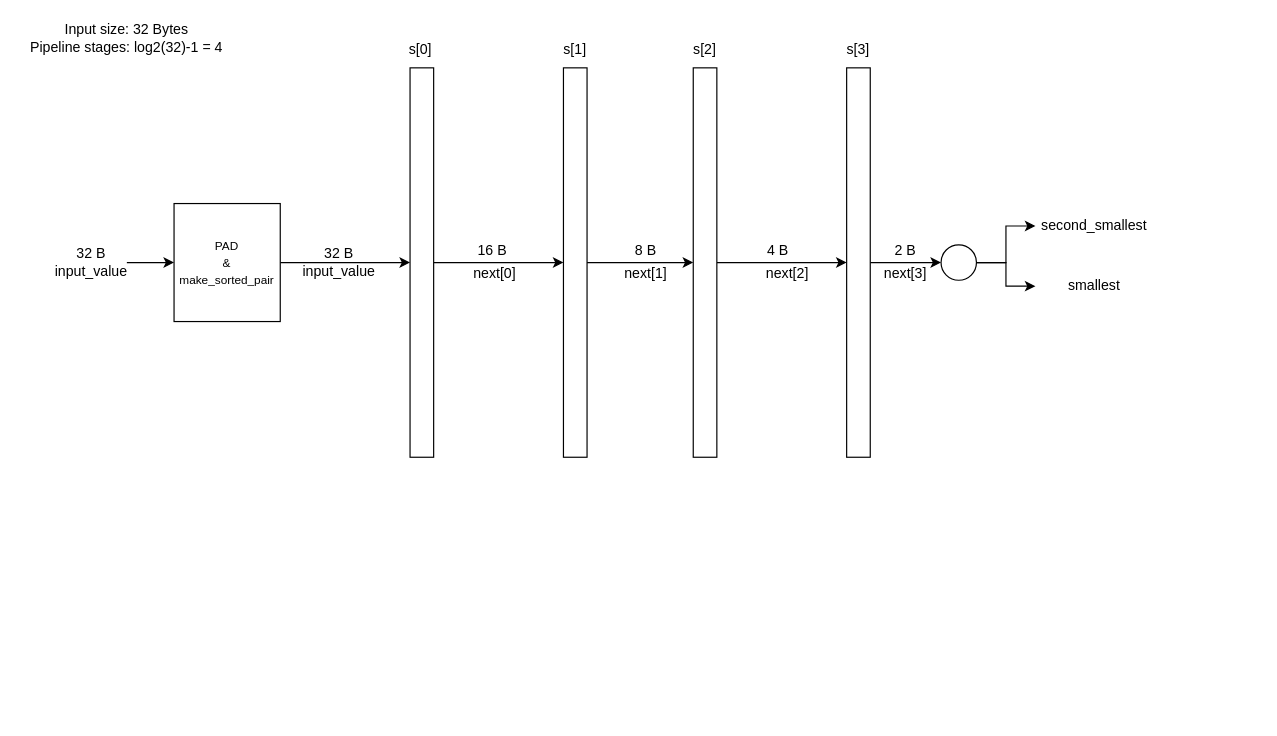
sahilhassanzee/draw.io_diagrams keeps this draw.io diagram as second_smallest_pipelined.drawio. Above is the earlier version. Source tidied: cells renumbered, new cells numbered last; positions are measured from the earlier drawing's top-left corner, leaving out a move shared by most shapes. Both pictures are drawn from the tidied source at 118%, with x=0, y=0 at pixel (20, 20).
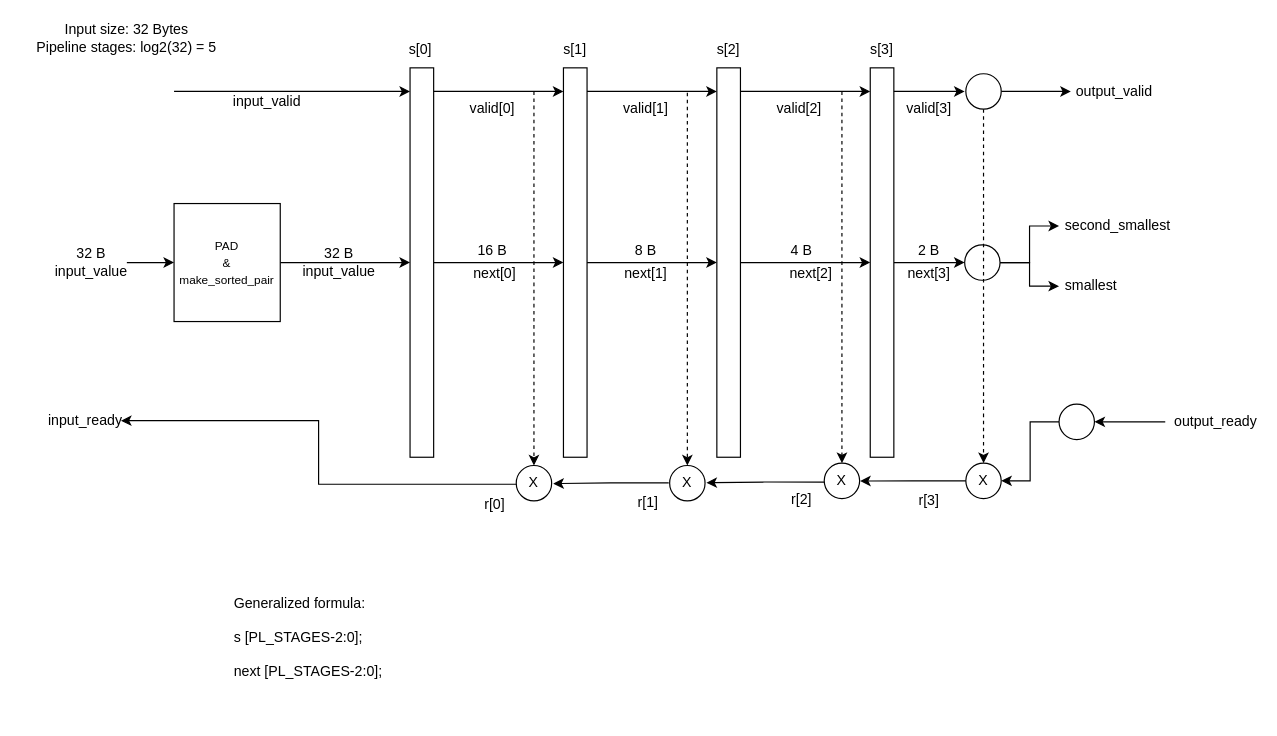
Above is the later version.

Diff of the diagram source:
```diff
@@
     <mxCell id="7" style="rounded=0;whiteSpace=wrap;html=1;" parent="1" vertex="1">
-      <mxGeometry x="570" y="40" width="20" height="330" as="geometry" />
+      <mxGeometry x="590" y="40" width="20" height="330" as="geometry" />
     </mxCell>
     <mxCell id="8" style="edgeStyle=orthogonalEdgeStyle;rounded=0;jettySize=auto;html=1;" parent="1" edge="1" source="9">
       <mxGeometry relative="1" as="geometry">
-        <mxPoint x="780" y="205" as="targetPoint" />
+        <mxPoint x="800" y="205" as="targetPoint" />
       </mxGeometry>
     </mxCell>
     <mxCell id="9" style="rounded=0;whiteSpace=wrap;html=1;" parent="1" vertex="1">
-      <mxGeometry x="700" y="40" width="20" height="330" as="geometry" />
+      <mxGeometry x="720" y="40" width="20" height="330" as="geometry" />
     </mxCell>
@@
     <mxCell id="17" value="s[2]" style="text;html=1;whiteSpace=wrap;strokeColor=none;fillColor=none;align=center;verticalAlign=middle;rounded=0;" parent="1" vertex="1">
-      <mxGeometry x="550" y="10" width="60" height="30" as="geometry" />
+      <mxGeometry x="570" y="10" width="60" height="30" as="geometry" />
     </mxCell>
     <mxCell id="18" value="s[3]" style="text;html=1;whiteSpace=wrap;strokeColor=none;fillColor=none;align=center;verticalAlign=middle;rounded=0;" parent="1" vertex="1">
-      <mxGeometry x="680" y="10" width="60" height="30" as="geometry" />
+      <mxGeometry x="700" y="10" width="60" height="30" as="geometry" />
     </mxCell>
@@
     <mxCell id="21" value="next[2]" style="text;html=1;whiteSpace=wrap;strokeColor=none;fillColor=none;align=center;verticalAlign=middle;rounded=0;" parent="1" vertex="1">
-      <mxGeometry x="620" y="200" width="60" height="30" as="geometry" />
+      <mxGeometry x="640" y="200" width="60" height="30" as="geometry" />
     </mxCell>
     <mxCell id="22" value="next[3]" style="text;html=1;whiteSpace=wrap;strokeColor=none;fillColor=none;align=center;verticalAlign=middle;rounded=0;" parent="1" vertex="1">
-      <mxGeometry x="720" y="200" width="60" height="30" as="geometry" />
+      <mxGeometry x="740" y="200" width="60" height="30" as="geometry" />
     </mxCell>
@@
     <mxCell id="25" value="4 B" style="text;html=1;whiteSpace=wrap;strokeColor=none;fillColor=none;align=center;verticalAlign=middle;rounded=0;" parent="1" vertex="1">
-      <mxGeometry x="612" y="180" width="60" height="30" as="geometry" />
+      <mxGeometry x="632" y="180" width="60" height="30" as="geometry" />
     </mxCell>
     <mxCell id="26" value="2 B" style="text;html=1;whiteSpace=wrap;strokeColor=none;fillColor=none;align=center;verticalAlign=middle;rounded=0;" parent="1" vertex="1">
-      <mxGeometry x="720" y="180" width="60" height="30" as="geometry" />
+      <mxGeometry x="740" y="180" width="60" height="30" as="geometry" />
     </mxCell>
-    <mxCell id="27" value="&lt;div&gt;Input size: 32 Bytes&lt;/div&gt;&lt;div&gt;Pipeline stages: log2(32)-1 = 4&lt;/div&gt;" style="text;html=1;whiteSpace=wrap;strokeColor=none;fillColor=none;align=center;verticalAlign=middle;rounded=0;" parent="1" vertex="1">
+    <mxCell id="27" value="&lt;div&gt;Input size: 32 Bytes&lt;/div&gt;&lt;div&gt;Pipeline stages: log2(32) = 5&lt;/div&gt;" style="text;html=1;whiteSpace=wrap;strokeColor=none;fillColor=none;align=center;verticalAlign=middle;rounded=0;" parent="1" vertex="1">
       <mxGeometry width="180" height="30" as="geometry" />
     </mxCell>
@@
     <mxCell id="30" style="ellipse;whiteSpace=wrap;html=1;" parent="1" vertex="1">
-      <mxGeometry x="780" y="190" width="30" height="30" as="geometry" />
+      <mxGeometry x="800" y="190" width="30" height="30" as="geometry" />
     </mxCell>
     <mxCell id="31" value="second_smallest" style="text;html=1;whiteSpace=wrap;strokeColor=none;fillColor=none;align=center;verticalAlign=middle;rounded=0;" parent="1" vertex="1">
-      <mxGeometry x="860" y="159" width="100" height="30" as="geometry" />
+      <mxGeometry x="880" y="159" width="100" height="30" as="geometry" />
     </mxCell>
-    <mxCell id="32" value="smallest" style="text;html=1;whiteSpace=wrap;strokeColor=none;fillColor=none;align=center;verticalAlign=middle;rounded=0;" parent="1" vertex="1">
-      <mxGeometry x="860" y="210" width="100" height="30" as="geometry" />
+    <mxCell id="32" value="&amp;nbsp;smallest" style="text;html=1;whiteSpace=wrap;strokeColor=none;fillColor=none;align=left;verticalAlign=middle;rounded=0;" parent="1" vertex="1">
+      <mxGeometry x="880" y="210" width="100" height="30" as="geometry" />
     </mxCell>
+    <mxCell id="33" style="edgeStyle=orthogonalEdgeStyle;rounded=0;orthogonalLoop=1;jettySize=auto;html=1;entryX=0;entryY=0.5;entryDx=0;entryDy=0;" parent="1" edge="1">
+      <mxGeometry relative="1" as="geometry">
+        <mxPoint x="130" y="60" as="sourcePoint" />
+        <mxPoint x="330" y="60" as="targetPoint" />
+      </mxGeometry>
+    </mxCell>
+    <mxCell id="34" value="input_valid" style="text;html=1;whiteSpace=wrap;strokeColor=none;fillColor=none;align=center;verticalAlign=middle;rounded=0;" parent="1" vertex="1">
+      <mxGeometry x="179" y="54" width="60" height="30" as="geometry" />
+    </mxCell>
+    <mxCell id="35" value="valid[0]" style="text;html=1;whiteSpace=wrap;strokeColor=none;fillColor=none;align=center;verticalAlign=middle;rounded=0;" parent="1" vertex="1">
+      <mxGeometry x="370" y="60" width="60" height="30" as="geometry" />
+    </mxCell>
+    <mxCell id="36" style="edgeStyle=orthogonalEdgeStyle;rounded=0;orthogonalLoop=1;jettySize=auto;html=1;entryX=0;entryY=0.5;entryDx=0;entryDy=0;" parent="1" edge="1">
+      <mxGeometry relative="1" as="geometry">
+        <mxPoint x="350" y="60" as="sourcePoint" />
+        <mxPoint x="460" y="60" as="targetPoint" />
+      </mxGeometry>
+    </mxCell>
+    <mxCell id="37" value="valid[1]" style="text;html=1;whiteSpace=wrap;strokeColor=none;fillColor=none;align=center;verticalAlign=middle;rounded=0;" parent="1" vertex="1">
+      <mxGeometry x="500" y="60" width="60" height="30" as="geometry" />
+    </mxCell>
+    <mxCell id="38" style="edgeStyle=orthogonalEdgeStyle;rounded=0;orthogonalLoop=1;jettySize=auto;html=1;entryX=0;entryY=0.5;entryDx=0;entryDy=0;" parent="1" edge="1">
+      <mxGeometry relative="1" as="geometry">
+        <mxPoint x="480" y="60" as="sourcePoint" />
+        <mxPoint x="590" y="60" as="targetPoint" />
+      </mxGeometry>
+    </mxCell>
+    <mxCell id="39" value="valid[2]" style="text;html=1;whiteSpace=wrap;strokeColor=none;fillColor=none;align=center;verticalAlign=middle;rounded=0;" parent="1" vertex="1">
+      <mxGeometry x="630" y="60" width="60" height="30" as="geometry" />
+    </mxCell>
+    <mxCell id="40" style="edgeStyle=orthogonalEdgeStyle;rounded=0;orthogonalLoop=1;jettySize=auto;html=1;entryX=0;entryY=0.5;entryDx=0;entryDy=0;" parent="1" edge="1">
+      <mxGeometry relative="1" as="geometry">
+        <mxPoint x="610" y="60" as="sourcePoint" />
+        <mxPoint x="720" y="60" as="targetPoint" />
+      </mxGeometry>
+    </mxCell>
+    <mxCell id="41" value="valid[3]" style="text;html=1;whiteSpace=wrap;strokeColor=none;fillColor=none;align=center;verticalAlign=middle;rounded=0;" parent="1" vertex="1">
+      <mxGeometry x="740" y="60" width="60" height="30" as="geometry" />
+    </mxCell>
+    <mxCell id="42" style="edgeStyle=orthogonalEdgeStyle;rounded=0;orthogonalLoop=1;jettySize=auto;html=1;" parent="1" edge="1">
+      <mxGeometry relative="1" as="geometry">
+        <mxPoint x="740" y="60" as="sourcePoint" />
+        <mxPoint x="800" y="60" as="targetPoint" />
+      </mxGeometry>
+    </mxCell>
+    <mxCell id="43" style="edgeStyle=orthogonalEdgeStyle;rounded=0;jettySize=auto;html=1;exitX=1;exitY=0.5;exitDx=0;exitDy=0;" parent="1" edge="1" source="45">
+      <mxGeometry relative="1" as="geometry">
+        <mxPoint x="890" y="60" as="targetPoint" />
+      </mxGeometry>
+    </mxCell>
+    <mxCell id="44" style="edgeStyle=orthogonalEdgeStyle;rounded=0;jettySize=auto;html=1;entryX=0.5;entryY=0;entryDx=0;entryDy=0;dashed=1;" parent="1" edge="1" source="45" target="52">
+      <mxGeometry relative="1" as="geometry" />
+    </mxCell>
+    <mxCell id="45" style="ellipse;whiteSpace=wrap;html=1;" parent="1" vertex="1">
+      <mxGeometry x="801" y="45" width="30" height="30" as="geometry" />
+    </mxCell>
+    <mxCell id="46" value="output_valid" style="text;html=1;whiteSpace=wrap;strokeColor=none;fillColor=none;align=center;verticalAlign=middle;rounded=0;" parent="1" vertex="1">
+      <mxGeometry x="897" y="45" width="60" height="30" as="geometry" />
+    </mxCell>
+    <mxCell id="47" style="edgeStyle=none;orthogonalLoop=1;jettySize=auto;html=1;rounded=0;" parent="1" edge="1">
+      <mxGeometry relative="1" as="geometry">
+        <mxPoint x="970" y="340" as="sourcePoint" />
+        <mxPoint x="910" y="340" as="targetPoint" />
+      </mxGeometry>
+    </mxCell>
+    <mxCell id="48" value="output_ready" style="text;html=1;whiteSpace=wrap;strokeColor=none;fillColor=none;align=center;verticalAlign=middle;rounded=0;" parent="1" vertex="1">
+      <mxGeometry x="983" y="325" width="60" height="30" as="geometry" />
+    </mxCell>
+    <mxCell id="49" value="&lt;div&gt;Generalized formula:&lt;/div&gt;&lt;div&gt;&lt;br&gt;&lt;/div&gt;&lt;div&gt;s [PL_STAGES-2:0];&lt;/div&gt;&lt;div&gt;&lt;br&gt;&lt;/div&gt;&lt;div&gt;next [PL_STAGES-2:0];&lt;/div&gt;&lt;div&gt;&lt;br&gt;&lt;/div&gt;&lt;div&gt;&lt;br&gt;&lt;/div&gt;" style="text;html=1;whiteSpace=wrap;strokeColor=none;fillColor=none;align=left;verticalAlign=top;rounded=0;" parent="1" vertex="1">
+      <mxGeometry x="179" y="480" width="451" height="110" as="geometry" />
+    </mxCell>
+    <mxCell id="50" style="edgeStyle=orthogonalEdgeStyle;rounded=0;jettySize=auto;html=1;entryX=1;entryY=0.5;entryDx=0;entryDy=0;" parent="1" edge="1" source="51" target="52">
+      <mxGeometry relative="1" as="geometry" />
+    </mxCell>
+    <mxCell id="51" style="ellipse;whiteSpace=wrap;html=1;" parent="1" vertex="1">
+      <mxGeometry x="880" y="325" width="30" height="30" as="geometry" />
+    </mxCell>
+    <mxCell id="52" value="X" style="ellipse;whiteSpace=wrap;html=1;" parent="1" vertex="1">
+      <mxGeometry x="801" y="375" width="30" height="30" as="geometry" />
+    </mxCell>
+    <mxCell id="53" style="edgeStyle=orthogonalEdgeStyle;rounded=0;jettySize=auto;html=1;entryX=1.014;entryY=0.506;entryDx=0;entryDy=0;entryPerimeter=0;" parent="1" edge="1" source="52" target="63">
+      <mxGeometry relative="1" as="geometry" />
+    </mxCell>
+    <mxCell id="54" value="r[3]" style="text;html=1;whiteSpace=wrap;strokeColor=none;fillColor=none;align=center;verticalAlign=middle;rounded=0;" parent="1" vertex="1">
+      <mxGeometry x="740" y="392" width="60" height="30" as="geometry" />
+    </mxCell>
+    <mxCell id="55" value="r[2]" style="text;html=1;whiteSpace=wrap;strokeColor=none;fillColor=none;align=center;verticalAlign=middle;rounded=0;" parent="1" vertex="1">
+      <mxGeometry x="632" y="391" width="60" height="30" as="geometry" />
+    </mxCell>
+    <mxCell id="56" style="edgeStyle=orthogonalEdgeStyle;rounded=0;jettySize=auto;html=1;entryX=1.038;entryY=0.487;entryDx=0;entryDy=0;entryPerimeter=0;exitX=-0.004;exitY=0.534;exitDx=0;exitDy=0;exitPerimeter=0;" parent="1" edge="1" source="63" target="65">
+      <mxGeometry relative="1" as="geometry" />
+    </mxCell>
+    <mxCell id="57" style="edgeStyle=orthogonalEdgeStyle;rounded=0;jettySize=auto;html=1;entryX=1.046;entryY=0.512;entryDx=0;entryDy=0;entryPerimeter=0;exitX=-0.026;exitY=0.49;exitDx=0;exitDy=0;exitPerimeter=0;" parent="1" edge="1" source="65" target="67">
+      <mxGeometry relative="1" as="geometry" />
+    </mxCell>
+    <mxCell id="58" value="r[1]" style="text;html=1;whiteSpace=wrap;strokeColor=none;fillColor=none;align=center;verticalAlign=middle;rounded=0;" parent="1" vertex="1">
+      <mxGeometry x="502" y="394" width="60" height="30" as="geometry" />
+    </mxCell>
+    <mxCell id="59" style="edgeStyle=orthogonalEdgeStyle;rounded=0;jettySize=auto;html=1;exitX=0.001;exitY=0.53;exitDx=0;exitDy=0;exitPerimeter=0;entryX=1;entryY=0.5;entryDx=0;entryDy=0;" parent="1" edge="1" source="67" target="61">
+      <mxGeometry relative="1" as="geometry" />
+    </mxCell>
+    <mxCell id="60" value="r[0]" style="text;html=1;whiteSpace=wrap;strokeColor=none;fillColor=none;align=center;verticalAlign=middle;rounded=0;" parent="1" vertex="1">
+      <mxGeometry x="371.5" y="395" width="60" height="30" as="geometry" />
+    </mxCell>
+    <mxCell id="61" value="input_ready" style="text;html=1;whiteSpace=wrap;strokeColor=none;fillColor=none;align=center;verticalAlign=middle;rounded=0;" parent="1" vertex="1">
+      <mxGeometry x="25" y="324" width="60" height="30" as="geometry" />
+    </mxCell>
+    <mxCell id="62" style="edgeStyle=none;jettySize=auto;html=1;rounded=0;dashed=1;entryX=0.5;entryY=0;entryDx=0;entryDy=0;" parent="1" edge="1" target="63">
+      <mxGeometry relative="1" as="geometry">
+        <mxPoint x="696" y="60" as="sourcePoint" />
+      </mxGeometry>
+    </mxCell>
+    <mxCell id="63" value="X" style="ellipse;whiteSpace=wrap;html=1;" parent="1" vertex="1">
+      <mxGeometry x="681" y="375" width="30" height="30" as="geometry" />
+    </mxCell>
+    <mxCell id="64" style="edgeStyle=none;jettySize=auto;html=1;rounded=0;dashed=1;entryX=0.5;entryY=0;entryDx=0;entryDy=0;" parent="1" edge="1" target="65">
+      <mxGeometry relative="1" as="geometry">
+        <mxPoint x="565" y="61" as="sourcePoint" />
+      </mxGeometry>
+    </mxCell>
+    <mxCell id="65" value="X" style="ellipse;whiteSpace=wrap;html=1;" parent="1" vertex="1">
+      <mxGeometry x="550" y="377" width="30" height="30" as="geometry" />
+    </mxCell>
+    <mxCell id="66" style="edgeStyle=none;jettySize=auto;html=1;rounded=0;dashed=1;entryX=0.5;entryY=0;entryDx=0;entryDy=0;" parent="1" edge="1" target="67">
+      <mxGeometry relative="1" as="geometry">
+        <mxPoint x="435" y="60" as="sourcePoint" />
+      </mxGeometry>
+    </mxCell>
+    <mxCell id="67" value="X" style="ellipse;whiteSpace=wrap;html=1;" parent="1" vertex="1">
+      <mxGeometry x="420" y="377" width="30" height="30" as="geometry" />
+    </mxCell>
```
